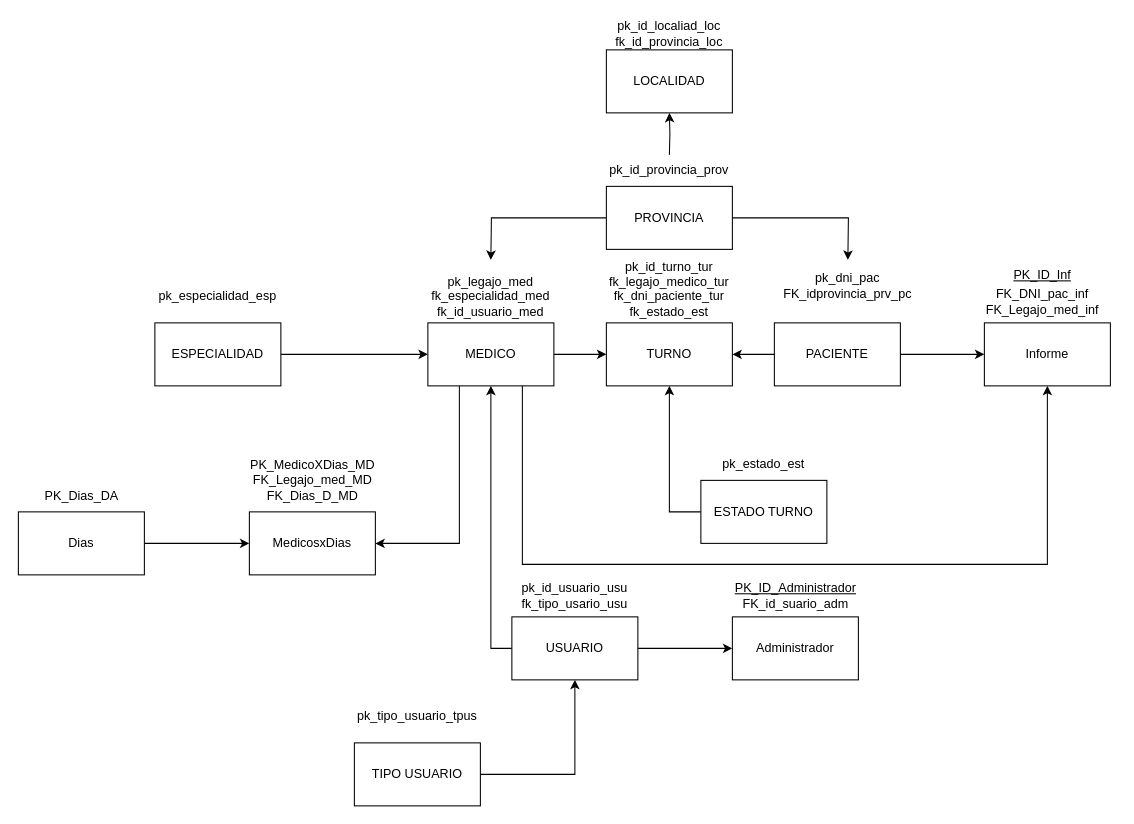
This is TP Integrador/DER - Integrador - Programacion III.drawio from user52689/PROG-III, a draw.io file, before an edit. Source tidied: cells renumbered, new cells numbered last; positions are measured from the earlier drawing's top-left corner, leaving out a move shared by most shapes. Both pictures are drawn from the tidied source at 105%, with x=0, y=0 at pixel (18, 18).
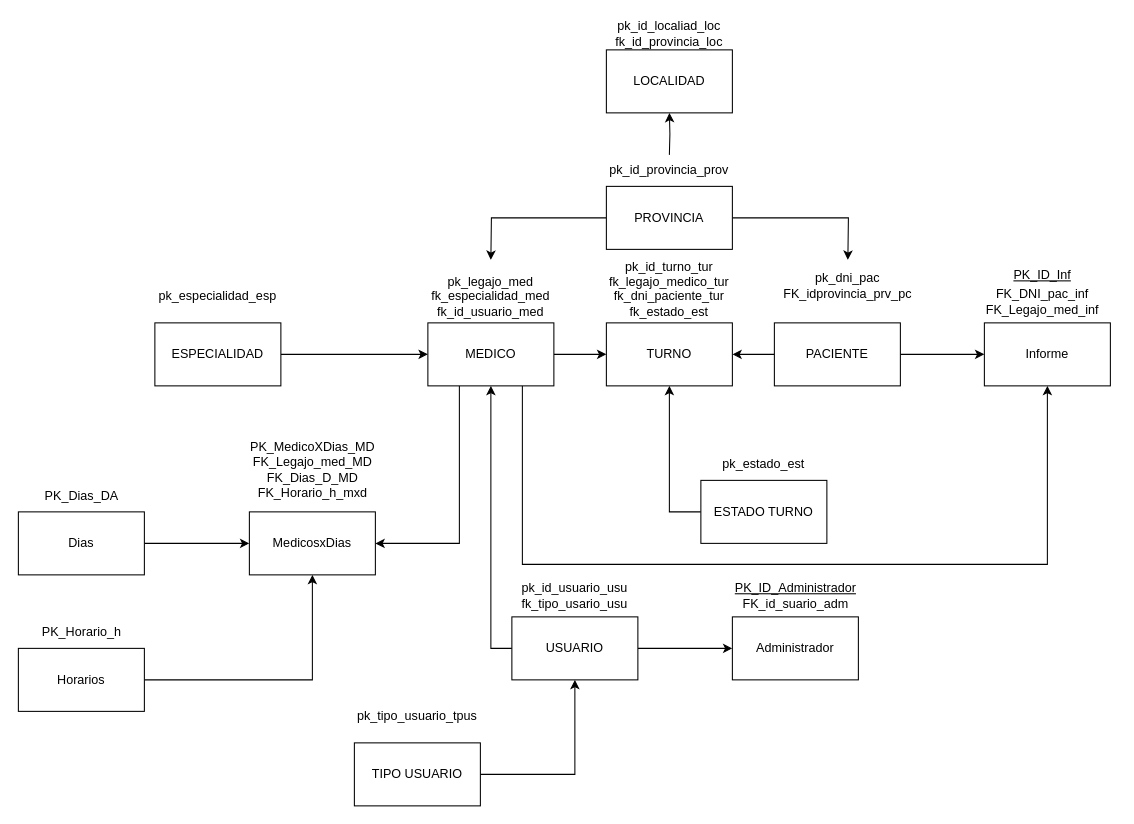
The same page after the edit.

Unchanged cells that the change refers to:
```xml
<mxCell id="41" value="&lt;div&gt;MedicosxDias&lt;/div&gt;" style="rounded=0;whiteSpace=wrap;html=1;" parent="1" vertex="1">
  <mxGeometry x="220" y="470" width="120" height="60" as="geometry" />
</mxCell>
```

Change to the diagram source:
```diff
@@
-    <mxCell id="42" value="&lt;div&gt;PK_MedicoXDias_MD&lt;/div&gt;&lt;div&gt;FK_Legajo_med_MD&lt;/div&gt;&lt;div&gt;FK_Dias_D_MD&lt;/div&gt;" style="text;html=1;align=center;verticalAlign=middle;strokeColor=none;fillColor=none;" parent="1" vertex="1">
-      <mxGeometry x="210" y="410" width="140" height="60" as="geometry" />
+    <mxCell id="42" value="&lt;div&gt;PK_MedicoXDias_MD&lt;/div&gt;&lt;div&gt;FK_Legajo_med_MD&lt;/div&gt;&lt;div&gt;FK_Dias_D_MD&lt;/div&gt;&lt;div&gt;FK_Horario_h_mxd&lt;br&gt;&lt;/div&gt;" style="text;html=1;align=center;verticalAlign=middle;strokeColor=none;fillColor=none;" parent="1" vertex="1">
+      <mxGeometry x="210" y="395" width="140" height="70" as="geometry" />
     </mxCell>
+    <mxCell id="43" style="edgeStyle=orthogonalEdgeStyle;rounded=0;jettySize=auto;html=1;exitX=1;exitY=0.5;exitDx=0;exitDy=0;entryX=0.5;entryY=1;entryDx=0;entryDy=0;" parent="1" edge="1" source="44" target="41">
+      <mxGeometry relative="1" as="geometry" />
+    </mxCell>
+    <mxCell id="44" value="&lt;div&gt;Horarios&lt;/div&gt;" style="rounded=0;whiteSpace=wrap;html=1;" parent="1" vertex="1">
+      <mxGeometry y="600" width="120" height="60" as="geometry" />
+    </mxCell>
+    <mxCell id="45" value="PK_Horario_h" style="text;html=1;align=center;verticalAlign=middle;strokeColor=none;fillColor=none;" parent="1" vertex="1">
+      <mxGeometry x="10" y="570" width="100" height="30" as="geometry" />
+    </mxCell>
```
